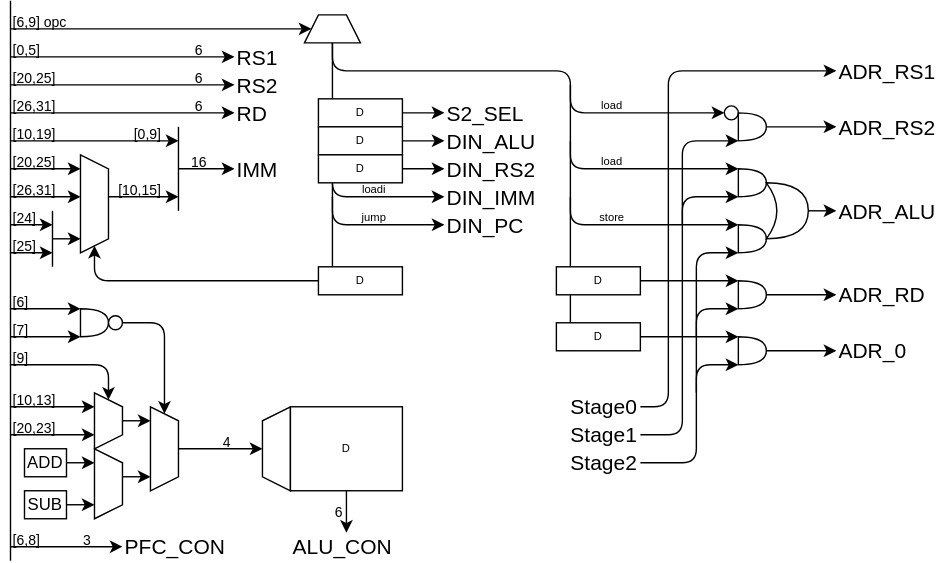
amane-uehara/kanade-k-1228.github.io keeps this draw.io diagram as Lab/Computer/RK16/01_Architecture/img/decoder.dio.svg. Above is the earlier version. Source tidied: cells renumbered, new cells last; positions are measured from the earlier drawing's top-left corner, leaving out a move shared by most shapes.
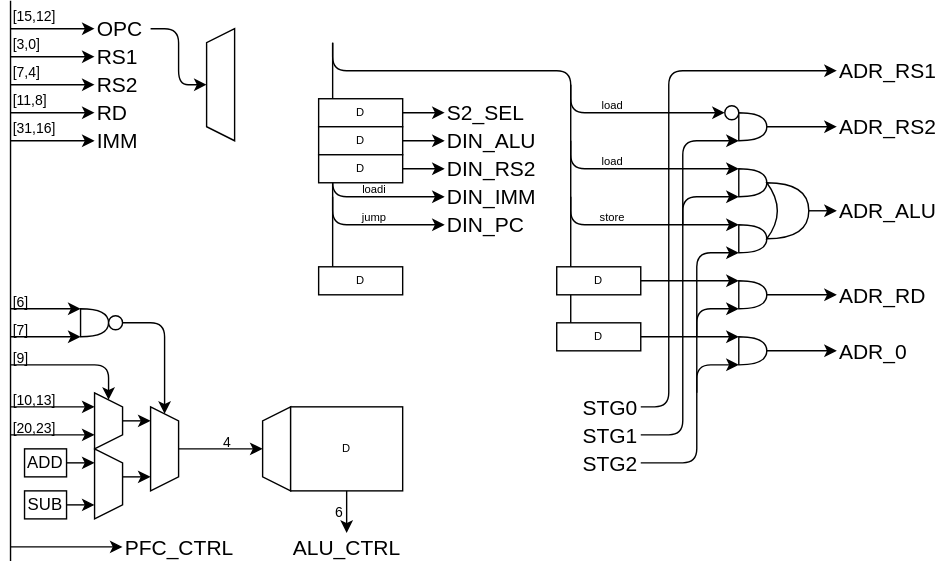
The same diagram one commit later.

The edit, as a diff of the source:
```diff
@@ -18,59 +18,35 @@
         <mxPoint x="230" y="30" as="targetPoint" />
       </mxGeometry>
     </mxCell>
-    <mxCell id="4" style="endArrow=classic;html=1;" parent="1" edge="1">
-      <mxGeometry relative="1" as="geometry">
-        <mxPoint x="220" y="200" as="sourcePoint" />
-        <mxPoint x="60" y="175" as="targetPoint" />
-        <Array as="points">
-          <mxPoint x="60" y="200" />
-        </Array>
-      </mxGeometry>
-    </mxCell>
-    <mxCell id="5" style="shape=trapezoid;perimeter=trapezoidPerimeter;whiteSpace=wrap;html=1;fixedSize=1;direction=south;size=9.999999999999943;" parent="1" vertex="1">
-      <mxGeometry x="50" y="110" width="20" height="70" as="geometry" />
-    </mxCell>
-    <mxCell id="6" style="endArrow=classic;html=1;" parent="1" edge="1">
-      <mxGeometry relative="1" as="geometry">
-        <mxPoint x="70" y="140" as="sourcePoint" />
-        <mxPoint x="120" y="140" as="targetPoint" />
-      </mxGeometry>
-    </mxCell>
     <mxCell id="7" style="endArrow=classic;html=1;" parent="1" edge="1">
       <mxGeometry relative="1" as="geometry">
         <mxPoint y="40" as="sourcePoint" />
-        <mxPoint x="160" y="40" as="targetPoint" />
+        <mxPoint x="60" y="40" as="targetPoint" />
       </mxGeometry>
     </mxCell>
     <mxCell id="8" value="RS1" style="text;html=1;strokeColor=none;fillColor=none;align=left;verticalAlign=middle;whiteSpace=wrap;rounded=0;fontSize=15;" parent="1" vertex="1">
-      <mxGeometry x="160" y="30" width="40" height="20" as="geometry" />
+      <mxGeometry x="60" y="30" width="40" height="20" as="geometry" />
     </mxCell>
     <mxCell id="9" style="endArrow=classic;html=1;" parent="1" edge="1">
       <mxGeometry relative="1" as="geometry">
         <mxPoint y="60" as="sourcePoint" />
-        <mxPoint x="160" y="60" as="targetPoint" />
+        <mxPoint x="60" y="60" as="targetPoint" />
       </mxGeometry>
     </mxCell>
     <mxCell id="10" value="RS2" style="text;html=1;strokeColor=none;fillColor=none;align=left;verticalAlign=middle;whiteSpace=wrap;rounded=0;fontSize=15;" parent="1" vertex="1">
-      <mxGeometry x="160" y="50" width="40" height="20" as="geometry" />
+      <mxGeometry x="60" y="50" width="40" height="20" as="geometry" />
     </mxCell>
     <mxCell id="11" style="endArrow=classic;html=1;" parent="1" edge="1">
       <mxGeometry relative="1" as="geometry">
         <mxPoint y="80" as="sourcePoint" />
-        <mxPoint x="160" y="80" as="targetPoint" />
+        <mxPoint x="60" y="80" as="targetPoint" />
       </mxGeometry>
     </mxCell>
     <mxCell id="12" value="RD" style="text;html=1;strokeColor=none;fillColor=none;align=left;verticalAlign=middle;whiteSpace=wrap;rounded=0;fontSize=15;" parent="1" vertex="1">
-      <mxGeometry x="160" y="70" width="40" height="20" as="geometry" />
+      <mxGeometry x="60" y="70" width="40" height="20" as="geometry" />
     </mxCell>
-    <mxCell id="13" style="endArrow=classic;html=1;" parent="1" edge="1">
-      <mxGeometry relative="1" as="geometry">
-        <mxPoint x="120" y="120" as="sourcePoint" />
-        <mxPoint x="160" y="120" as="targetPoint" />
-      </mxGeometry>
-    </mxCell>
     <mxCell id="14" value="IMM" style="text;html=1;strokeColor=none;fillColor=none;align=left;verticalAlign=middle;whiteSpace=wrap;rounded=0;fontSize=15;" parent="1" vertex="1">
-      <mxGeometry x="160" y="110" width="40" height="20" as="geometry" />
+      <mxGeometry x="60" y="90" width="40" height="20" as="geometry" />
     </mxCell>
     <mxCell id="15" value="DIN_ALU" style="text;html=1;strokeColor=none;fillColor=none;align=left;verticalAlign=middle;whiteSpace=wrap;rounded=0;fontSize=15;" parent="1" vertex="1">
       <mxGeometry x="310" y="90" width="70" height="20" as="geometry" />
@@ -97,7 +73,7 @@
         <mxPoint x="180" y="320" as="targetPoint" />
       </mxGeometry>
     </mxCell>
-    <mxCell id="20" value="ALU_CON" style="text;html=1;strokeColor=none;fillColor=none;align=left;verticalAlign=middle;whiteSpace=wrap;rounded=0;fontSize=15;" parent="1" vertex="1">
+    <mxCell id="20" value="ALU_CTRL" style="text;html=1;strokeColor=none;fillColor=none;align=left;verticalAlign=middle;whiteSpace=wrap;rounded=0;fontSize=15;" parent="1" vertex="1">
       <mxGeometry x="200" y="380" width="80" height="20" as="geometry" />
     </mxCell>
     <mxCell id="21" style="endArrow=classic;html=1;" parent="1" edge="1">
@@ -106,114 +82,27 @@
         <mxPoint x="80" y="390" as="targetPoint" />
       </mxGeometry>
     </mxCell>
-    <mxCell id="22" value="PFC_CON" style="text;html=1;strokeColor=none;fillColor=none;align=left;verticalAlign=middle;whiteSpace=wrap;rounded=0;fontSize=15;" parent="1" vertex="1">
+    <mxCell id="22" value="PFC_CTRL" style="text;html=1;strokeColor=none;fillColor=none;align=left;verticalAlign=middle;whiteSpace=wrap;rounded=0;fontSize=15;" parent="1" vertex="1">
       <mxGeometry x="80" y="380" width="80" height="20" as="geometry" />
     </mxCell>
-    <mxCell id="23" value="6" style="text;html=1;strokeColor=none;fillColor=none;align=center;verticalAlign=middle;whiteSpace=wrap;rounded=0;fontSize=10;" parent="1" vertex="1">
-      <mxGeometry x="130" y="30" width="10" height="10" as="geometry" />
-    </mxCell>
-    <mxCell id="24" value="6" style="text;html=1;strokeColor=none;fillColor=none;align=center;verticalAlign=middle;whiteSpace=wrap;rounded=0;fontSize=10;" parent="1" vertex="1">
-      <mxGeometry x="130" y="50" width="10" height="10" as="geometry" />
-    </mxCell>
-    <mxCell id="25" value="6" style="text;html=1;strokeColor=none;fillColor=none;align=center;verticalAlign=middle;whiteSpace=wrap;rounded=0;fontSize=10;" parent="1" vertex="1">
-      <mxGeometry x="130" y="70" width="10" height="10" as="geometry" />
-    </mxCell>
-    <mxCell id="26" value="16" style="text;html=1;strokeColor=none;fillColor=none;align=center;verticalAlign=middle;whiteSpace=wrap;rounded=0;fontSize=10;" parent="1" vertex="1">
-      <mxGeometry x="130" y="110" width="10" height="10" as="geometry" />
-    </mxCell>
     <mxCell id="27" value="4" style="text;html=1;strokeColor=none;fillColor=none;align=center;verticalAlign=middle;whiteSpace=wrap;rounded=0;fontSize=10;" parent="1" vertex="1">
       <mxGeometry x="150" y="310" width="10" height="10" as="geometry" />
     </mxCell>
-    <mxCell id="28" value="3" style="text;html=1;strokeColor=none;fillColor=none;align=center;verticalAlign=middle;whiteSpace=wrap;rounded=0;fontSize=10;" parent="1" vertex="1">
-      <mxGeometry x="50" y="380" width="10" height="10" as="geometry" />
-    </mxCell>
     <mxCell id="29" style="endArrow=none;html=1;" parent="1" edge="1">
       <mxGeometry relative="1" as="geometry">
         <mxPoint y="400" as="sourcePoint" />
         <mxPoint as="targetPoint" />
       </mxGeometry>
     </mxCell>
-    <mxCell id="30" style="endArrow=none;html=1;" parent="1" edge="1">
-      <mxGeometry relative="1" as="geometry">
-        <mxPoint x="120" y="150" as="sourcePoint" />
-        <mxPoint x="120" y="90" as="targetPoint" />
-      </mxGeometry>
-    </mxCell>
-    <mxCell id="31" style="endArrow=classic;html=1;" parent="1" edge="1">
-      <mxGeometry relative="1" as="geometry">
-        <mxPoint y="100" as="sourcePoint" />
-        <mxPoint x="120" y="100" as="targetPoint" />
-      </mxGeometry>
-    </mxCell>
-    <mxCell id="32" style="endArrow=classic;html=1;" parent="1" edge="1">
-      <mxGeometry relative="1" as="geometry">
-        <mxPoint y="120" as="sourcePoint" />
-        <mxPoint x="50" y="120" as="targetPoint" />
-      </mxGeometry>
-    </mxCell>
-    <mxCell id="33" value="[10,19]" style="text;html=1;strokeColor=none;fillColor=none;align=left;verticalAlign=middle;whiteSpace=wrap;rounded=0;fontSize=10;" parent="1" vertex="1">
-      <mxGeometry y="90" width="40" height="10" as="geometry" />
-    </mxCell>
-    <mxCell id="34" value="[20,25]" style="text;html=1;strokeColor=none;fillColor=none;align=left;verticalAlign=middle;whiteSpace=wrap;rounded=0;fontSize=10;" parent="1" vertex="1">
-      <mxGeometry y="110" width="40" height="10" as="geometry" />
-    </mxCell>
-    <mxCell id="35" value="[26,31]" style="text;html=1;strokeColor=none;fillColor=none;align=left;verticalAlign=middle;whiteSpace=wrap;rounded=0;fontSize=10;" parent="1" vertex="1">
-      <mxGeometry y="130" width="40" height="10" as="geometry" />
-    </mxCell>
-    <mxCell id="36" value="[24]" style="text;html=1;strokeColor=none;fillColor=none;align=left;verticalAlign=middle;whiteSpace=wrap;rounded=0;fontSize=10;" parent="1" vertex="1">
-      <mxGeometry y="150" width="20" height="10" as="geometry" />
-    </mxCell>
-    <mxCell id="37" value="[25]" style="text;html=1;strokeColor=none;fillColor=none;align=left;verticalAlign=middle;whiteSpace=wrap;rounded=0;fontSize=10;" parent="1" vertex="1">
-      <mxGeometry y="170" width="20" height="10" as="geometry" />
-    </mxCell>
-    <mxCell id="38" value="[0,9]" style="text;html=1;strokeColor=none;fillColor=none;align=right;verticalAlign=middle;whiteSpace=wrap;rounded=0;fontSize=10;" parent="1" vertex="1">
-      <mxGeometry x="70" y="90" width="40" height="10" as="geometry" />
-    </mxCell>
-    <mxCell id="39" value="[10,15]" style="text;html=1;strokeColor=none;fillColor=none;align=right;verticalAlign=middle;whiteSpace=wrap;rounded=0;fontSize=10;" parent="1" vertex="1">
-      <mxGeometry x="70" y="130" width="40" height="10" as="geometry" />
-    </mxCell>
-    <mxCell id="40" style="endArrow=classic;html=1;" parent="1" edge="1">
-      <mxGeometry relative="1" as="geometry">
-        <mxPoint y="140" as="sourcePoint" />
-        <mxPoint x="50" y="140" as="targetPoint" />
-      </mxGeometry>
-    </mxCell>
-    <mxCell id="41" style="endArrow=classic;html=1;" parent="1" edge="1">
-      <mxGeometry relative="1" as="geometry">
-        <mxPoint y="160" as="sourcePoint" />
-        <mxPoint x="30" y="160" as="targetPoint" />
-      </mxGeometry>
-    </mxCell>
-    <mxCell id="42" style="endArrow=classic;html=1;" parent="1" edge="1">
-      <mxGeometry relative="1" as="geometry">
-        <mxPoint y="180" as="sourcePoint" />
-        <mxPoint x="30" y="180" as="targetPoint" />
-      </mxGeometry>
-    </mxCell>
-    <mxCell id="43" style="endArrow=none;html=1;" parent="1" edge="1">
-      <mxGeometry relative="1" as="geometry">
-        <mxPoint x="30" y="190" as="sourcePoint" />
-        <mxPoint x="30" y="150" as="targetPoint" />
-      </mxGeometry>
-    </mxCell>
-    <mxCell id="44" style="endArrow=classic;html=1;" parent="1" edge="1">
-      <mxGeometry relative="1" as="geometry">
-        <mxPoint x="30" y="170" as="sourcePoint" />
-        <mxPoint x="50" y="170" as="targetPoint" />
-      </mxGeometry>
-    </mxCell>
-    <mxCell id="45" value="[0,5]" style="text;html=1;strokeColor=none;fillColor=none;align=left;verticalAlign=middle;whiteSpace=wrap;rounded=0;fontSize=10;" parent="1" vertex="1">
+    <mxCell id="45" value="[3,0]" style="text;html=1;strokeColor=none;fillColor=none;align=left;verticalAlign=bottom;whiteSpace=wrap;rounded=0;fontSize=10;" parent="1" vertex="1">
       <mxGeometry y="30" width="40" height="10" as="geometry" />
     </mxCell>
-    <mxCell id="46" value="[20,25]" style="text;html=1;strokeColor=none;fillColor=none;align=left;verticalAlign=middle;whiteSpace=wrap;rounded=0;fontSize=10;" parent="1" vertex="1">
+    <mxCell id="46" value="[7,4]" style="text;html=1;strokeColor=none;fillColor=none;align=left;verticalAlign=bottom;whiteSpace=wrap;rounded=0;fontSize=10;" parent="1" vertex="1">
       <mxGeometry y="50" width="40" height="10" as="geometry" />
     </mxCell>
-    <mxCell id="47" value="[26,31]" style="text;html=1;strokeColor=none;fillColor=none;align=left;verticalAlign=middle;whiteSpace=wrap;rounded=0;fontSize=10;" parent="1" vertex="1">
+    <mxCell id="47" value="[11,8]" style="text;html=1;strokeColor=none;fillColor=none;align=left;verticalAlign=bottom;whiteSpace=wrap;rounded=0;fontSize=10;" parent="1" vertex="1">
       <mxGeometry y="70" width="40" height="10" as="geometry" />
     </mxCell>
-    <mxCell id="48" value="[6,8]" style="text;html=1;strokeColor=none;fillColor=none;align=left;verticalAlign=middle;whiteSpace=wrap;rounded=0;fontSize=10;" parent="1" vertex="1">
-      <mxGeometry y="380" width="20" height="10" as="geometry" />
-    </mxCell>
     <mxCell id="49" style="endArrow=classic;html=1;" parent="1" edge="1">
       <mxGeometry relative="1" as="geometry">
         <mxPoint x="540" y="90" as="sourcePoint" />
@@ -241,14 +130,14 @@
     <mxCell id="55" style="endArrow=classic;html=1;" parent="1" edge="1">
       <mxGeometry relative="1" as="geometry">
         <mxPoint y="20" as="sourcePoint" />
-        <mxPoint x="215" y="20" as="targetPoint" />
+        <mxPoint x="60" y="20" as="targetPoint" />
       </mxGeometry>
     </mxCell>
-    <mxCell id="56" value="[6,9] opc" style="text;html=1;strokeColor=none;fillColor=none;align=left;verticalAlign=middle;whiteSpace=wrap;rounded=0;fontSize=10;" parent="1" vertex="1">
-      <mxGeometry y="10" width="50" height="10" as="geometry" />
+    <mxCell id="56" value="[15,12]&amp;nbsp;" style="text;html=1;strokeColor=none;fillColor=none;align=left;verticalAlign=bottom;whiteSpace=wrap;rounded=0;fontSize=10;" parent="1" vertex="1">
+      <mxGeometry y="10" width="40" height="10" as="geometry" />
     </mxCell>
-    <mxCell id="57" style="shape=trapezoid;perimeter=trapezoidPerimeter;whiteSpace=wrap;html=1;fixedSize=1;direction=east;size=9.999999999999943;" parent="1" vertex="1">
-      <mxGeometry x="210" y="10" width="40" height="20" as="geometry" />
+    <mxCell id="57" style="shape=trapezoid;perimeter=trapezoidPerimeter;whiteSpace=wrap;html=1;fixedSize=1;direction=north;size=9.999999999999943;" parent="1" vertex="1">
+      <mxGeometry x="140" y="20" width="20" height="80" as="geometry" />
     </mxCell>
     <mxCell id="58" value="DIN_RS2" style="text;html=1;strokeColor=none;fillColor=none;align=left;verticalAlign=middle;whiteSpace=wrap;rounded=0;fontSize=15;" parent="1" vertex="1">
       <mxGeometry x="310" y="110" width="70" height="20" as="geometry" />
@@ -413,9 +302,6 @@
     <mxCell id="92" style="shape=or;whiteSpace=wrap;html=1;fontSize=8;" parent="1" vertex="1">
       <mxGeometry x="520" y="240" width="20" height="20" as="geometry" />
     </mxCell>
-    <mxCell id="93" value="Stage1" style="text;html=1;strokeColor=none;fillColor=none;align=right;verticalAlign=middle;whiteSpace=wrap;rounded=0;fontSize=15;" parent="1" vertex="1">
-      <mxGeometry x="400" y="300" width="50" height="20" as="geometry" />
-    </mxCell>
     <mxCell id="94" style="endArrow=classic;html=1;" parent="1" edge="1">
       <mxGeometry relative="1" as="geometry">
         <mxPoint x="480" y="160" as="sourcePoint" />
@@ -498,10 +384,7 @@
     <mxCell id="106" value="D" style="rounded=0;whiteSpace=wrap;html=1;fontSize=8;" parent="1" vertex="1">
       <mxGeometry x="220" y="190" width="60" height="20" as="geometry" />
     </mxCell>
-    <mxCell id="107" value="Stage2" style="text;html=1;strokeColor=none;fillColor=none;align=right;verticalAlign=middle;whiteSpace=wrap;rounded=0;fontSize=15;" parent="1" vertex="1">
-      <mxGeometry x="400" y="320" width="50" height="20" as="geometry" />
-    </mxCell>
-    <mxCell id="108" value="Stage0" style="text;html=1;strokeColor=none;fillColor=none;align=right;verticalAlign=middle;whiteSpace=wrap;rounded=0;fontSize=15;" parent="1" vertex="1">
+    <mxCell id="108" value="STG0" style="text;html=1;strokeColor=none;fillColor=none;align=right;verticalAlign=middle;whiteSpace=wrap;rounded=0;fontSize=15;" parent="1" vertex="1">
       <mxGeometry x="400" y="280" width="50" height="20" as="geometry" />
     </mxCell>
     <mxCell id="109" value="[9]" style="text;html=1;strokeColor=none;fillColor=none;align=left;verticalAlign=middle;whiteSpace=wrap;rounded=0;fontSize=10;" parent="1" vertex="1">
@@ -573,5 +456,33 @@
     <mxCell id="124" value="6" style="text;html=1;strokeColor=none;fillColor=none;align=center;verticalAlign=middle;whiteSpace=wrap;rounded=0;fontSize=10;" parent="1" vertex="1">
       <mxGeometry x="230" y="360" width="10" height="10" as="geometry" />
     </mxCell>
+    <mxCell id="125" style="endArrow=classic;html=1;" parent="1" edge="1">
+      <mxGeometry relative="1" as="geometry">
+        <mxPoint y="100" as="sourcePoint" />
+        <mxPoint x="60" y="100" as="targetPoint" />
+      </mxGeometry>
+    </mxCell>
+    <mxCell id="126" value="[31,16]" style="text;html=1;strokeColor=none;fillColor=none;align=left;verticalAlign=bottom;whiteSpace=wrap;rounded=0;fontSize=10;" parent="1" vertex="1">
+      <mxGeometry y="90" width="40" height="10" as="geometry" />
+    </mxCell>
+    <mxCell id="127" value="STG1" style="text;html=1;strokeColor=none;fillColor=none;align=right;verticalAlign=middle;whiteSpace=wrap;rounded=0;fontSize=15;" parent="1" vertex="1">
+      <mxGeometry x="400" y="300" width="50" height="20" as="geometry" />
+    </mxCell>
+    <mxCell id="128" value="STG2" style="text;html=1;strokeColor=none;fillColor=none;align=right;verticalAlign=middle;whiteSpace=wrap;rounded=0;fontSize=15;" parent="1" vertex="1">
+      <mxGeometry x="400" y="320" width="50" height="20" as="geometry" />
+    </mxCell>
+    <mxCell id="129" value="OPC" style="text;html=1;strokeColor=none;fillColor=none;align=left;verticalAlign=middle;whiteSpace=wrap;rounded=0;fontSize=15;" parent="1" vertex="1">
+      <mxGeometry x="60" y="10" width="40" height="20" as="geometry" />
+    </mxCell>
+    <mxCell id="130" style="endArrow=classic;html=1;" parent="1" edge="1">
+      <mxGeometry relative="1" as="geometry">
+        <mxPoint x="100" y="20" as="sourcePoint" />
+        <mxPoint x="140" y="60" as="targetPoint" />
+        <Array as="points">
+          <mxPoint x="120" y="20" />
+          <mxPoint x="120" y="60" />
+        </Array>
+      </mxGeometry>
+    </mxCell>
   </root>
 </mxGraphModel>
```
